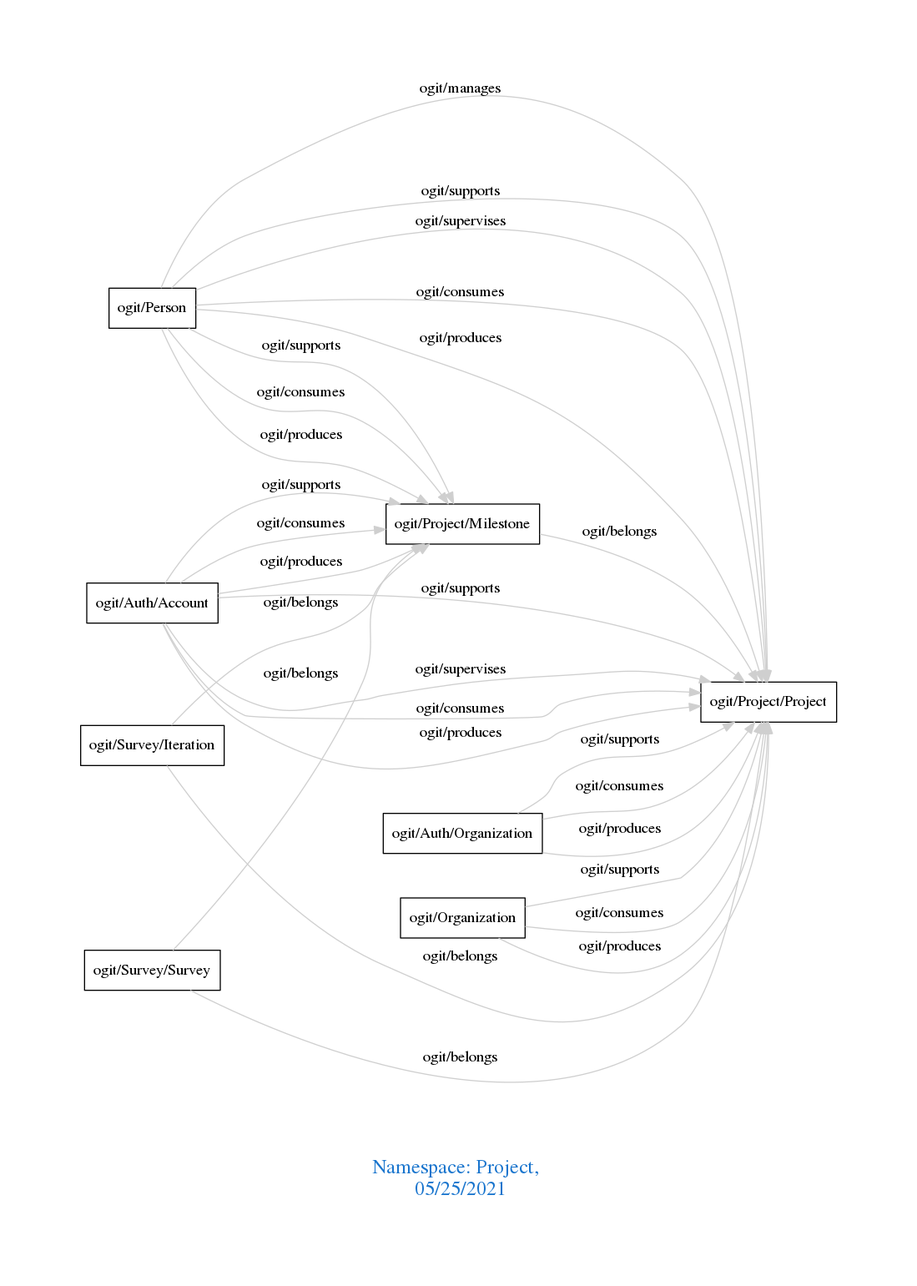
Earlier version of the Graphviz export downloads/Project.png (arago/OGIT). Its source is kept beside it as downloads/Project.dot.
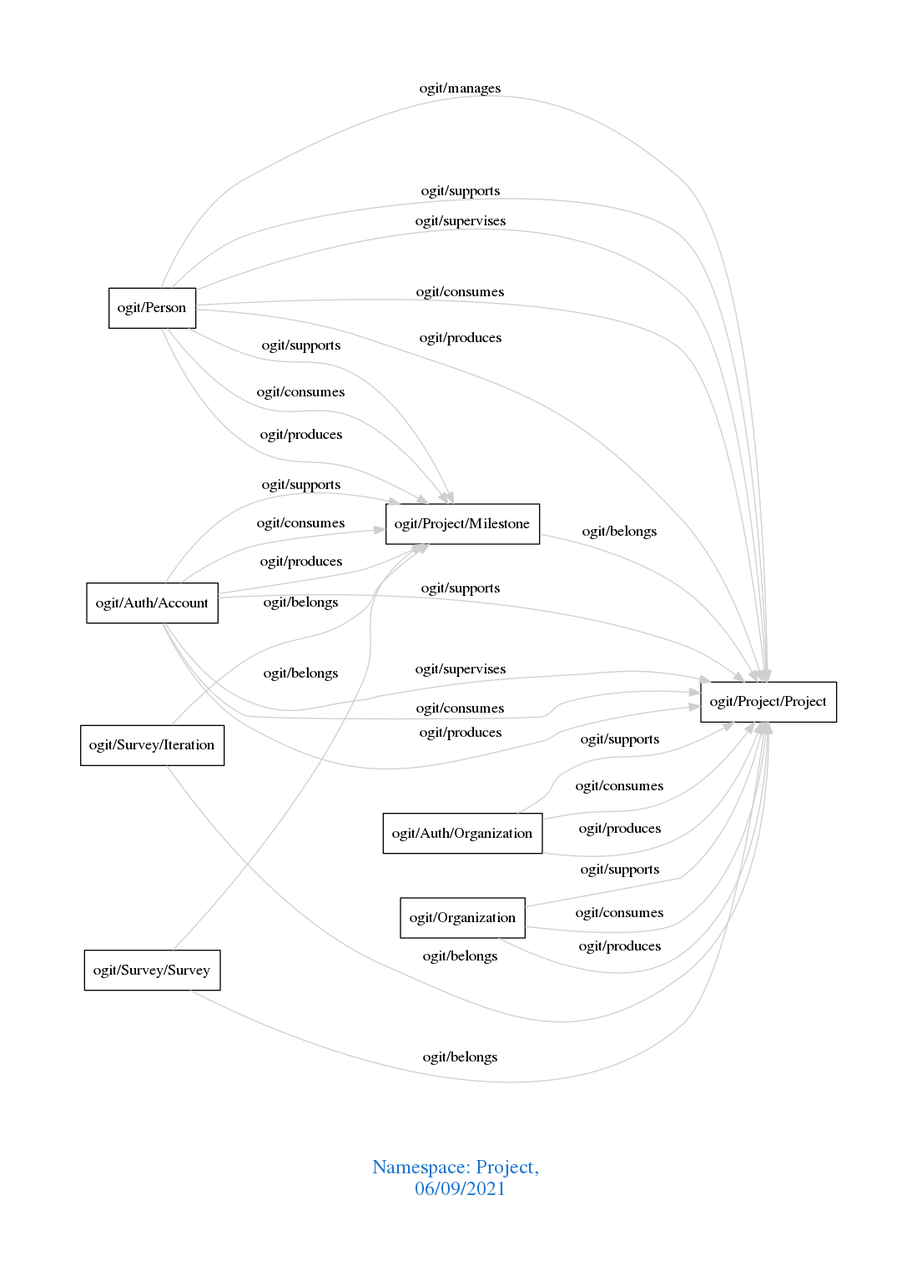
Later version of the same file.

Change to the diagram source:
```diff
@@ -1,7 +1,7 @@
 digraph OGIT_ontology {
  graph [ rankdir= LR,pad=1
 fontsize = 18,
-fontcolor= dodgerblue3,label = "\n\n\nNamespace: Project, \n 05/25/2021"];
+fontcolor= dodgerblue3,label = "\n\n\nNamespace: Project, \n 06/09/2021"];
 node[shape=polygon];
 edge [  color="gray81"];
 
```
